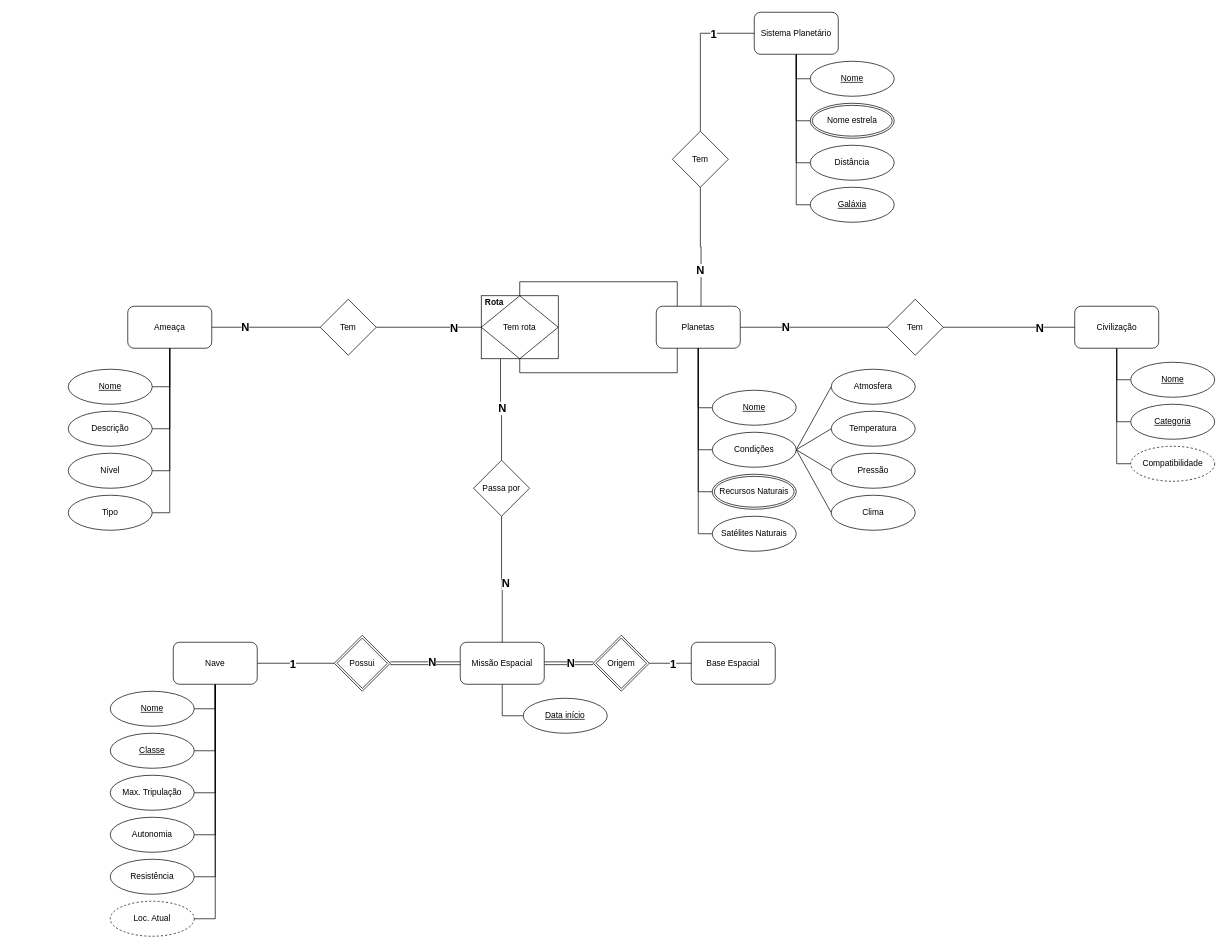
Before: MER Trabalho de BD.drawio in nicholasestevao/BD-Entity-Relationship-Model, a draw.io diagram. Source tidied: cells renumbered, new cells numbered last; positions are measured from the earlier drawing's top-left corner, leaving out a move shared by most shapes. Both pictures are drawn from the tidied source at 70%, with x=0, y=0 at pixel (68, 12).
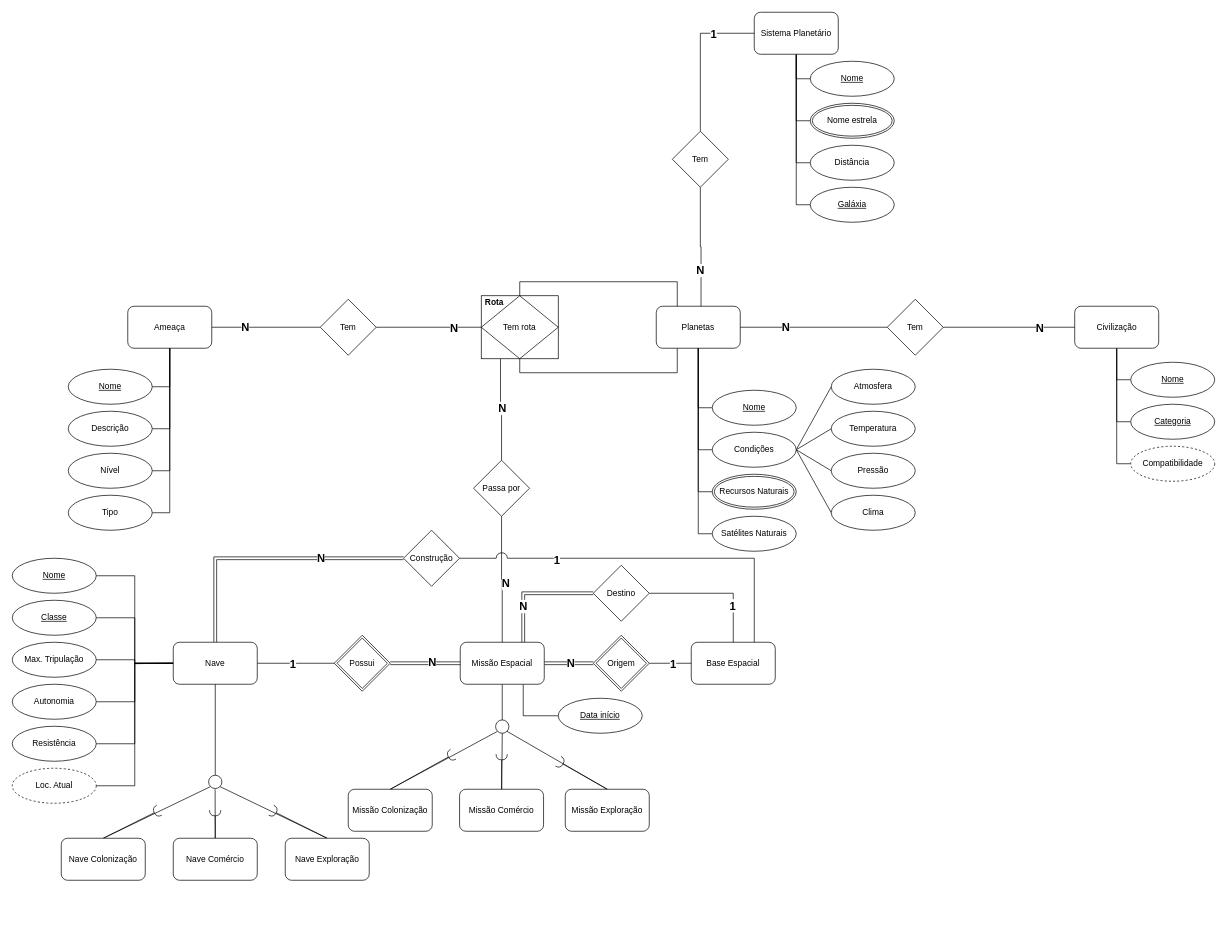
The same page after the edit.

Unchanged cells that the change refers to:
```xml
<mxCell id="13" value="Nave" style="rounded=1;whiteSpace=wrap;html=1;" parent="1" vertex="1">
  <mxGeometry x="150" y="900" width="120" height="60" as="geometry" />
</mxCell>
<mxCell id="14" value="Base Espacial" style="rounded=1;whiteSpace=wrap;html=1;" parent="1" vertex="1">
  <mxGeometry x="890" y="900" width="120" height="60" as="geometry" />
</mxCell>
<mxCell id="18" value="Missão Espacial" style="rounded=1;whiteSpace=wrap;html=1;" parent="1" vertex="1">
  <mxGeometry x="560" y="900" width="120" height="60" as="geometry" />
</mxCell>
```

Change to the diagram source:
```diff
@@
-    <mxCell id="5" style="edgeStyle=orthogonalEdgeStyle;rounded=0;jettySize=auto;html=1;exitX=0.5;exitY=1;exitDx=0;exitDy=0;entryX=1;entryY=0.5;entryDx=0;entryDy=0;endArrow=none;endFill=0;" parent="1" edge="1" source="13" target="29">
+    <mxCell id="5" style="edgeStyle=orthogonalEdgeStyle;rounded=0;jettySize=auto;html=1;exitX=0;exitY=0.5;exitDx=0;exitDy=0;entryX=1;entryY=0.5;entryDx=0;entryDy=0;endArrow=none;endFill=0;" parent="1" edge="1" source="13" target="29">
       <mxGeometry relative="1" as="geometry" />
     </mxCell>
-    <mxCell id="6" style="edgeStyle=orthogonalEdgeStyle;rounded=0;jettySize=auto;html=1;exitX=0.5;exitY=1;exitDx=0;exitDy=0;entryX=1;entryY=0.5;entryDx=0;entryDy=0;endArrow=none;endFill=0;" parent="1" edge="1" source="13" target="30">
+    <mxCell id="6" style="edgeStyle=orthogonalEdgeStyle;rounded=0;jettySize=auto;html=1;exitX=0;exitY=0.5;exitDx=0;exitDy=0;entryX=1;entryY=0.5;entryDx=0;entryDy=0;endArrow=none;endFill=0;" parent="1" edge="1" source="13" target="30">
       <mxGeometry relative="1" as="geometry" />
     </mxCell>
-    <mxCell id="7" style="edgeStyle=orthogonalEdgeStyle;rounded=0;jettySize=auto;html=1;exitX=0.5;exitY=1;exitDx=0;exitDy=0;entryX=1;entryY=0.5;entryDx=0;entryDy=0;endArrow=none;endFill=0;" parent="1" edge="1" source="13" target="31">
-      <mxGeometry relative="1" as="geometry" />
+    <mxCell id="7" style="edgeStyle=orthogonalEdgeStyle;rounded=0;jettySize=auto;html=1;entryX=1;entryY=0.5;entryDx=0;entryDy=0;endArrow=none;endFill=0;" parent="1" edge="1" target="31">
+      <mxGeometry relative="1" as="geometry">
+        <mxPoint x="150" y="930" as="sourcePoint" />
+      </mxGeometry>
     </mxCell>
-    <mxCell id="8" style="edgeStyle=orthogonalEdgeStyle;rounded=0;jettySize=auto;html=1;exitX=0.5;exitY=1;exitDx=0;exitDy=0;entryX=1;entryY=0.5;entryDx=0;entryDy=0;endArrow=none;endFill=0;" parent="1" edge="1" source="13" target="32">
-      <mxGeometry relative="1" as="geometry" />
-    </mxCell>
-    <mxCell id="9" style="edgeStyle=orthogonalEdgeStyle;rounded=0;jettySize=auto;html=1;exitX=0.5;exitY=1;exitDx=0;exitDy=0;entryX=1;entryY=0.5;entryDx=0;entryDy=0;endArrow=none;endFill=0;" parent="1" edge="1" source="13" target="33">
-      <mxGeometry relative="1" as="geometry" />
+    <mxCell id="9" style="edgeStyle=orthogonalEdgeStyle;rounded=0;jettySize=auto;html=1;entryX=1;entryY=0.5;entryDx=0;entryDy=0;endArrow=none;endFill=0;" parent="1" edge="1" target="33">
+      <mxGeometry relative="1" as="geometry">
+        <mxPoint x="150" y="930" as="sourcePoint" />
+      </mxGeometry>
     </mxCell>
-    <mxCell id="10" style="edgeStyle=orthogonalEdgeStyle;rounded=0;jettySize=auto;html=1;exitX=0.5;exitY=1;exitDx=0;exitDy=0;entryX=1;entryY=0.5;entryDx=0;entryDy=0;endArrow=none;endFill=0;" parent="1" edge="1" source="13" target="34">
+    <mxCell id="10" style="edgeStyle=orthogonalEdgeStyle;rounded=0;jettySize=auto;html=1;exitX=0;exitY=0.5;exitDx=0;exitDy=0;entryX=1;entryY=0.5;entryDx=0;entryDy=0;endArrow=none;endFill=0;" parent="1" edge="1" source="13" target="34">
       <mxGeometry relative="1" as="geometry" />
     </mxCell>
@@
+    <mxCell id="95" style="edgeStyle=orthogonalEdgeStyle;rounded=0;jettySize=auto;html=1;exitX=0.5;exitY=0;exitDx=0;exitDy=0;entryX=0;entryY=0.5;entryDx=0;entryDy=0;endArrow=none;endFill=0;shape=link;" parent="1" edge="1" source="13" target="125">
+      <mxGeometry relative="1" as="geometry" />
+    </mxCell>
+    <mxCell id="96" value="&lt;b style=&quot;font-size: 16px;&quot;&gt;&lt;font style=&quot;font-size: 16px;&quot;&gt;N&lt;/font&gt;&lt;/b&gt;" style="edgeLabel;html=1;align=center;verticalAlign=middle;fontSize=16;" parent="95" vertex="1">
+      <mxGeometry x="0.39" y="1" relative="1" as="geometry" />
+    </mxCell>
@@
-    <mxCell id="17" style="edgeStyle=orthogonalEdgeStyle;rounded=0;jettySize=auto;html=1;exitX=0.5;exitY=1;exitDx=0;exitDy=0;entryX=0;entryY=0.5;entryDx=0;entryDy=0;endArrow=none;endFill=0;" parent="1" edge="1" source="18" target="91">
+    <mxCell id="17" style="edgeStyle=orthogonalEdgeStyle;rounded=0;jettySize=auto;html=1;exitX=0.75;exitY=1;exitDx=0;exitDy=0;entryX=0;entryY=0.5;entryDx=0;entryDy=0;endArrow=none;endFill=0;" parent="1" edge="1" source="18" target="91">
       <mxGeometry relative="1" as="geometry" />
     </mxCell>
+    <mxCell id="97" style="edgeStyle=orthogonalEdgeStyle;rounded=0;jettySize=auto;html=1;exitX=0.5;exitY=1;exitDx=0;exitDy=0;entryX=0.5;entryY=0;entryDx=0;entryDy=0;endArrow=none;endFill=0;" parent="1" edge="1" source="18" target="117">
+      <mxGeometry relative="1" as="geometry" />
+    </mxCell>
@@
     <mxCell id="29" value="Nome" style="ellipse;whiteSpace=wrap;html=1;fontStyle=4;" parent="1" vertex="1">
-      <mxGeometry x="60" y="970" width="120" height="50" as="geometry" />
+      <mxGeometry x="-80" y="780" width="120" height="50" as="geometry" />
     </mxCell>
     <mxCell id="30" value="Classe" style="ellipse;whiteSpace=wrap;html=1;fontStyle=4;" parent="1" vertex="1">
-      <mxGeometry x="60" y="1030" width="120" height="50" as="geometry" />
+      <mxGeometry x="-80" y="840" width="120" height="50" as="geometry" />
     </mxCell>
     <mxCell id="31" value="Max. Tripulação" style="ellipse;whiteSpace=wrap;html=1;" parent="1" vertex="1">
-      <mxGeometry x="60" y="1090" width="120" height="50" as="geometry" />
+      <mxGeometry x="-80" y="900" width="120" height="50" as="geometry" />
     </mxCell>
+    <mxCell id="98" style="edgeStyle=orthogonalEdgeStyle;rounded=0;jettySize=auto;html=1;exitX=1;exitY=0.5;exitDx=0;exitDy=0;endArrow=none;endFill=0;" parent="1" edge="1" source="32" target="13">
+      <mxGeometry relative="1" as="geometry" />
+    </mxCell>
     <mxCell id="32" value="Autonomia" style="ellipse;whiteSpace=wrap;html=1;" parent="1" vertex="1">
-      <mxGeometry x="60" y="1150" width="120" height="50" as="geometry" />
+      <mxGeometry x="-80" y="960" width="120" height="50" as="geometry" />
     </mxCell>
     <mxCell id="33" value="Resistência" style="ellipse;whiteSpace=wrap;html=1;" parent="1" vertex="1">
-      <mxGeometry x="60" y="1210" width="120" height="50" as="geometry" />
+      <mxGeometry x="-80" y="1020" width="120" height="50" as="geometry" />
     </mxCell>
     <mxCell id="34" value="Loc. Atual" style="ellipse;whiteSpace=wrap;html=1;dashed=1;" parent="1" vertex="1">
-      <mxGeometry x="60" y="1270" width="120" height="50" as="geometry" />
+      <mxGeometry x="-80" y="1080" width="120" height="50" as="geometry" />
     </mxCell>
@@
     <mxCell id="91" value="&lt;u&gt;Data início&lt;/u&gt;" style="ellipse;whiteSpace=wrap;html=1;" parent="1" vertex="1">
-      <mxGeometry x="650" y="980" width="120" height="50" as="geometry" />
+      <mxGeometry x="700" y="980" width="120" height="50" as="geometry" />
     </mxCell>
@@
+    <mxCell id="99" style="rounded=0;jettySize=auto;html=1;exitX=0.5;exitY=0;exitDx=0;exitDy=0;endArrow=halfCircle;endFill=0;strokeWidth=1;" parent="1" edge="1" source="100">
+      <mxGeometry relative="1" as="geometry">
+        <mxPoint x="550" y="1060" as="targetPoint" />
+      </mxGeometry>
+    </mxCell>
+    <mxCell id="100" value="Missão Colonização" style="rounded=1;whiteSpace=wrap;html=1;" parent="1" vertex="1">
+      <mxGeometry x="400" y="1110" width="120" height="60" as="geometry" />
+    </mxCell>
+    <mxCell id="101" style="edgeStyle=orthogonalEdgeStyle;rounded=0;jettySize=auto;html=1;exitX=0.5;exitY=0;exitDx=0;exitDy=0;endArrow=halfCircle;endFill=0;" parent="1" edge="1" source="102">
+      <mxGeometry relative="1" as="geometry">
+        <mxPoint x="619.2" y="1060" as="targetPoint" />
+      </mxGeometry>
+    </mxCell>
+    <mxCell id="102" value="Missão Comércio" style="rounded=1;whiteSpace=wrap;html=1;" parent="1" vertex="1">
+      <mxGeometry x="559" y="1110" width="120" height="60" as="geometry" />
+    </mxCell>
+    <mxCell id="103" style="rounded=0;jettySize=auto;html=1;exitX=0.5;exitY=0;exitDx=0;exitDy=0;endArrow=halfCircle;endFill=0;" parent="1" edge="1" source="104">
+      <mxGeometry relative="1" as="geometry">
+        <mxPoint x="700" y="1070" as="targetPoint" />
+      </mxGeometry>
+    </mxCell>
+    <mxCell id="104" value="Missão Exploração" style="rounded=1;whiteSpace=wrap;html=1;" parent="1" vertex="1">
+      <mxGeometry x="710" y="1110" width="120" height="60" as="geometry" />
+    </mxCell>
+    <mxCell id="105" style="rounded=0;jettySize=auto;html=1;exitX=0.5;exitY=0;exitDx=0;exitDy=0;entryX=0;entryY=1;entryDx=0;entryDy=0;endArrow=none;endFill=0;" parent="1" edge="1" source="107" target="127">
+      <mxGeometry relative="1" as="geometry" />
+    </mxCell>
+    <mxCell id="106" style="rounded=0;jettySize=auto;html=1;exitX=0.5;exitY=0;exitDx=0;exitDy=0;endArrow=halfCircle;endFill=0;" parent="1" edge="1" source="107">
+      <mxGeometry relative="1" as="geometry">
+        <mxPoint x="130" y="1140" as="targetPoint" />
+      </mxGeometry>
+    </mxCell>
+    <mxCell id="107" value="Nave Colonização" style="rounded=1;whiteSpace=wrap;html=1;" parent="1" vertex="1">
+      <mxGeometry x="-10" y="1180" width="120" height="60" as="geometry" />
+    </mxCell>
+    <mxCell id="108" style="rounded=0;jettySize=auto;html=1;exitX=0.5;exitY=0;exitDx=0;exitDy=0;endArrow=none;endFill=0;" parent="1" edge="1" source="110">
+      <mxGeometry relative="1" as="geometry">
+        <mxPoint x="209.8" y="1110" as="targetPoint" />
+      </mxGeometry>
+    </mxCell>
+    <mxCell id="109" style="edgeStyle=orthogonalEdgeStyle;rounded=0;jettySize=auto;html=1;exitX=0.5;exitY=0;exitDx=0;exitDy=0;endArrow=halfCircle;endFill=0;" parent="1" edge="1" source="110">
+      <mxGeometry relative="1" as="geometry">
+        <mxPoint x="209.8" y="1140" as="targetPoint" />
+      </mxGeometry>
+    </mxCell>
+    <mxCell id="110" value="Nave Comércio" style="rounded=1;whiteSpace=wrap;html=1;" parent="1" vertex="1">
+      <mxGeometry x="150" y="1180" width="120" height="60" as="geometry" />
+    </mxCell>
+    <mxCell id="111" style="rounded=0;jettySize=auto;html=1;exitX=0.5;exitY=0;exitDx=0;exitDy=0;entryX=1;entryY=1;entryDx=0;entryDy=0;endArrow=none;endFill=0;" parent="1" edge="1" source="113" target="127">
+      <mxGeometry relative="1" as="geometry" />
+    </mxCell>
+    <mxCell id="112" style="rounded=0;jettySize=auto;html=1;exitX=0.5;exitY=0;exitDx=0;exitDy=0;endArrow=halfCircle;endFill=0;" parent="1" edge="1" source="113">
+      <mxGeometry relative="1" as="geometry">
+        <mxPoint x="290" y="1140" as="targetPoint" />
+      </mxGeometry>
+    </mxCell>
+    <mxCell id="113" value="Nave Exploração" style="rounded=1;whiteSpace=wrap;html=1;" parent="1" vertex="1">
+      <mxGeometry x="310" y="1180" width="120" height="60" as="geometry" />
+    </mxCell>
+    <mxCell id="114" style="rounded=0;jettySize=auto;html=1;exitX=0;exitY=1;exitDx=0;exitDy=0;entryX=0.5;entryY=0;entryDx=0;entryDy=0;endArrow=none;endFill=0;strokeWidth=1;" parent="1" edge="1" source="117" target="100">
+      <mxGeometry relative="1" as="geometry" />
+    </mxCell>
+    <mxCell id="115" style="rounded=0;jettySize=auto;html=1;exitX=0.5;exitY=1;exitDx=0;exitDy=0;endArrow=none;endFill=0;" parent="1" edge="1" source="117" target="102">
+      <mxGeometry relative="1" as="geometry" />
+    </mxCell>
+    <mxCell id="116" style="rounded=0;jettySize=auto;html=1;exitX=1;exitY=1;exitDx=0;exitDy=0;endArrow=none;endFill=0;entryX=0.5;entryY=0;entryDx=0;entryDy=0;" parent="1" edge="1" source="117" target="104">
+      <mxGeometry relative="1" as="geometry" />
+    </mxCell>
+    <mxCell id="117" style="ellipse;whiteSpace=wrap;html=1;" parent="1" vertex="1">
+      <mxGeometry x="610.5" y="1011" width="19" height="19" as="geometry" />
+    </mxCell>
+    <mxCell id="118" style="edgeStyle=orthogonalEdgeStyle;rounded=0;jettySize=auto;html=1;exitX=0.75;exitY=0;exitDx=0;exitDy=0;entryX=0;entryY=0.5;entryDx=0;entryDy=0;endArrow=none;endFill=0;shape=link;" parent="1" edge="1" source="18" target="122">
+      <mxGeometry relative="1" as="geometry" />
+    </mxCell>
+    <mxCell id="119" value="N" style="edgeLabel;html=1;align=center;verticalAlign=middle;fontSize=16;fontStyle=1;" parent="118" vertex="1">
+      <mxGeometry x="-0.39" y="1" relative="1" as="geometry" />
+    </mxCell>
+    <mxCell id="120" style="edgeStyle=orthogonalEdgeStyle;rounded=0;jettySize=auto;html=1;exitX=1;exitY=0.5;exitDx=0;exitDy=0;entryX=0.5;entryY=0;entryDx=0;entryDy=0;endArrow=none;endFill=0;" parent="1" edge="1" source="122" target="14">
+      <mxGeometry relative="1" as="geometry" />
+    </mxCell>
+    <mxCell id="121" value="1" style="edgeLabel;html=1;align=center;verticalAlign=middle;fontSize=16;fontStyle=1;" parent="120" vertex="1">
+      <mxGeometry x="0.46" y="-2" relative="1" as="geometry">
+        <mxPoint y="-2" as="offset" />
+      </mxGeometry>
+    </mxCell>
+    <mxCell id="122" value="Destino" style="rhombus;whiteSpace=wrap;html=1;" parent="1" vertex="1">
+      <mxGeometry x="750" y="790" width="80" height="80" as="geometry" />
+    </mxCell>
+    <mxCell id="123" style="edgeStyle=orthogonalEdgeStyle;rounded=0;jettySize=auto;html=1;exitX=1;exitY=0.5;exitDx=0;exitDy=0;endArrow=none;endFill=0;entryX=0.75;entryY=0;entryDx=0;entryDy=0;jumpStyle=arc;jumpSize=16;" parent="1" edge="1" source="125" target="14">
+      <mxGeometry relative="1" as="geometry" />
+    </mxCell>
+    <mxCell id="124" value="&lt;b&gt;&lt;font style=&quot;font-size: 16px;&quot;&gt;1&lt;/font&gt;&lt;/b&gt;" style="edgeLabel;html=1;align=center;verticalAlign=middle;" parent="123" vertex="1">
+      <mxGeometry x="-0.49" y="-1" relative="1" as="geometry" />
+    </mxCell>
+    <mxCell id="125" value="Construção" style="rhombus;whiteSpace=wrap;html=1;" parent="1" vertex="1">
+      <mxGeometry x="479" y="740" width="80" height="80" as="geometry" />
+    </mxCell>
+    <mxCell id="126" style="edgeStyle=orthogonalEdgeStyle;rounded=0;jettySize=auto;html=1;endArrow=none;endFill=0;" parent="1" edge="1" source="127" target="13">
+      <mxGeometry relative="1" as="geometry" />
+    </mxCell>
+    <mxCell id="127" style="ellipse;whiteSpace=wrap;html=1;" parent="1" vertex="1">
+      <mxGeometry x="200.5" y="1090" width="19" height="19" as="geometry" />
+    </mxCell>
```
